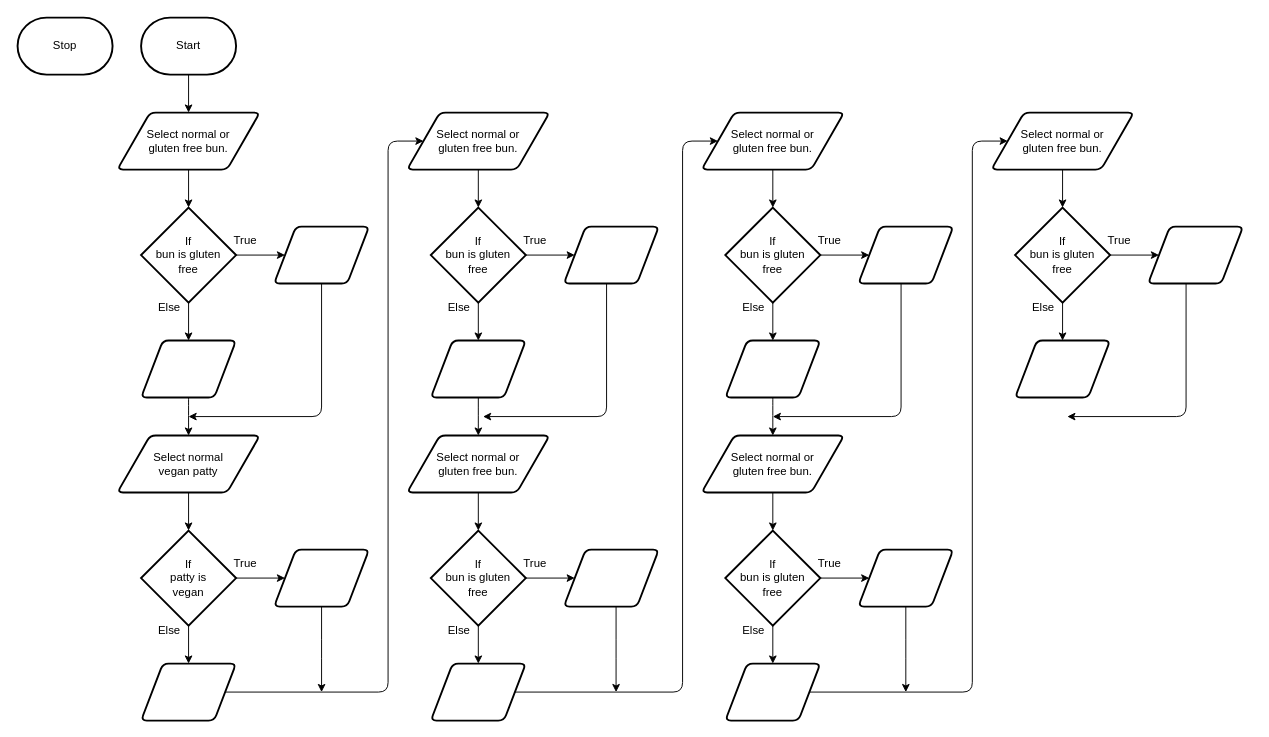
Above: design/flowchart.drawio in MTHS-ICD2O-1-2023/ICD2O-Assignment-04-Adam-Batiuk (draw.io), before the change. Source tidied: cells renumbered, new cells numbered last; positions are measured from the earlier drawing's top-left corner, leaving out a move shared by most shapes. Both pictures are drawn from the tidied source at 95%, with x=0, y=0 at pixel (17, 17).
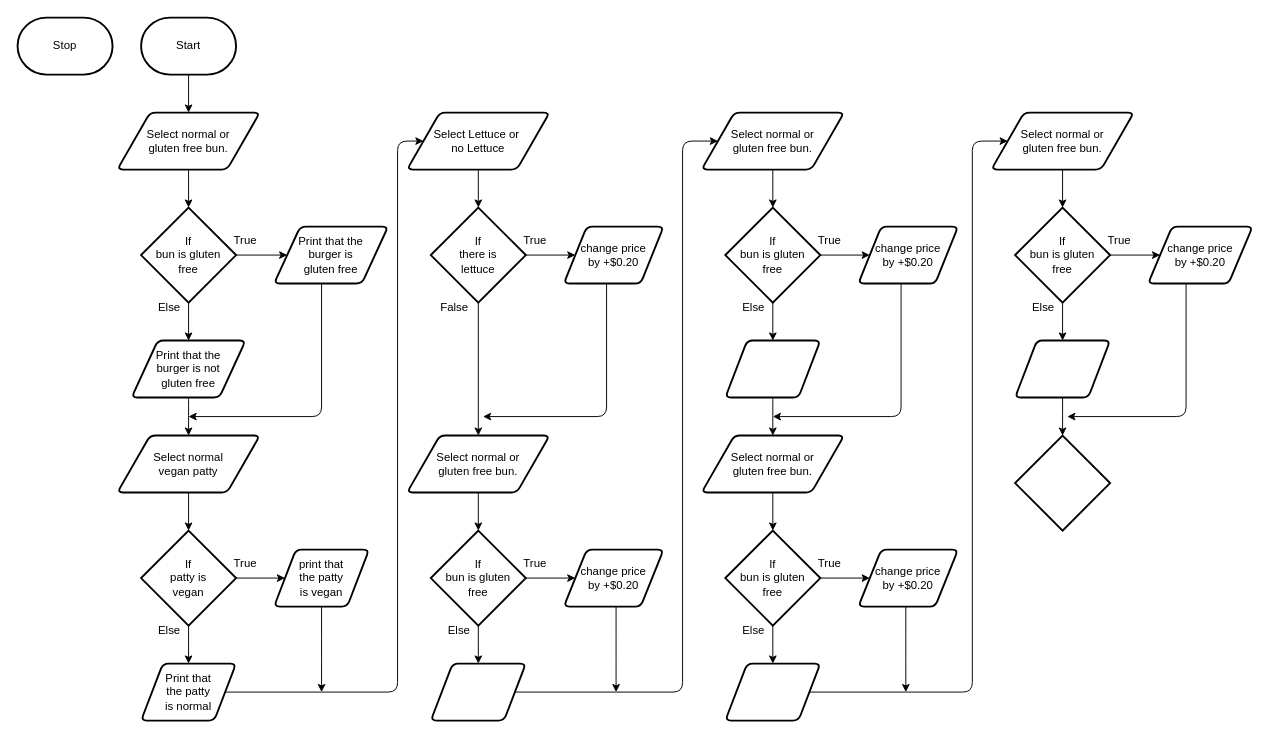
After the change.

The change refers to these unchanged cells:
```xml
<mxCell id="39" value="Select normal or &lt;br&gt;gluten free bun." style="shape=parallelogram;html=1;strokeWidth=2;perimeter=parallelogramPerimeter;whiteSpace=wrap;rounded=1;arcSize=12;size=0.23;" parent="1" vertex="1">
  <mxGeometry x="410" y="440" width="150" height="60" as="geometry" />
</mxCell>
<mxCell id="78" style="shape=parallelogram;html=1;strokeWidth=2;perimeter=parallelogramPerimeter;whiteSpace=wrap;rounded=1;arcSize=12;size=0.23;" parent="1" vertex="1">
  <mxGeometry x="1050" y="340" width="100" height="60" as="geometry" />
</mxCell>
```

The edit, as a diff of the source:
```diff
@@
-    <mxCell id="11" style="shape=parallelogram;html=1;strokeWidth=2;perimeter=parallelogramPerimeter;whiteSpace=wrap;rounded=1;arcSize=12;size=0.23;" parent="1" vertex="1">
-      <mxGeometry x="270" y="220" width="100" height="60" as="geometry" />
+    <mxCell id="11" value="Print that the &lt;br&gt;burger is &lt;br&gt;gluten free" style="shape=parallelogram;html=1;strokeWidth=2;perimeter=parallelogramPerimeter;whiteSpace=wrap;rounded=1;arcSize=12;size=0.23;" parent="1" vertex="1">
+      <mxGeometry x="270" y="220" width="120" height="60" as="geometry" />
     </mxCell>
@@
-    <mxCell id="13" style="shape=parallelogram;html=1;strokeWidth=2;perimeter=parallelogramPerimeter;whiteSpace=wrap;rounded=1;arcSize=12;size=0.23;" parent="1" vertex="1">
-      <mxGeometry x="130" y="340" width="100" height="60" as="geometry" />
+    <mxCell id="13" value="Print that the &lt;br&gt;burger is not &lt;br&gt;gluten free" style="shape=parallelogram;html=1;strokeWidth=2;perimeter=parallelogramPerimeter;whiteSpace=wrap;rounded=1;arcSize=12;size=0.23;" parent="1" vertex="1">
+      <mxGeometry x="120" y="340" width="120" height="60" as="geometry" />
     </mxCell>
@@
-    <mxCell id="22" style="shape=parallelogram;html=1;strokeWidth=2;perimeter=parallelogramPerimeter;whiteSpace=wrap;rounded=1;arcSize=12;size=0.23;" parent="1" vertex="1">
+    <mxCell id="22" value="print that&lt;br&gt;the patty&lt;br&gt;is vegan" style="shape=parallelogram;html=1;strokeWidth=2;perimeter=parallelogramPerimeter;whiteSpace=wrap;rounded=1;arcSize=12;size=0.23;" parent="1" vertex="1">
       <mxGeometry x="270" y="560" width="100" height="60" as="geometry" />
     </mxCell>
     <mxCell id="23" style="edgeStyle=elbowEdgeStyle;html=1;" parent="1" edge="1" source="24" target="28">
       <mxGeometry relative="1" as="geometry">
         <Array as="points">
-          <mxPoint x="390" y="410" />
+          <mxPoint x="400" y="420" />
         </Array>
       </mxGeometry>
     </mxCell>
-    <mxCell id="24" style="shape=parallelogram;html=1;strokeWidth=2;perimeter=parallelogramPerimeter;whiteSpace=wrap;rounded=1;arcSize=12;size=0.23;" parent="1" vertex="1">
+    <mxCell id="24" value="Print that&lt;br&gt;the patty&lt;br&gt;is normal" style="shape=parallelogram;html=1;strokeWidth=2;perimeter=parallelogramPerimeter;whiteSpace=wrap;rounded=1;arcSize=12;size=0.23;" parent="1" vertex="1">
       <mxGeometry x="130" y="680" width="100" height="60" as="geometry" />
     </mxCell>
@@
-    <mxCell id="28" value="Select normal or &lt;br&gt;gluten free bun." style="shape=parallelogram;html=1;strokeWidth=2;perimeter=parallelogramPerimeter;whiteSpace=wrap;rounded=1;arcSize=12;size=0.23;" parent="1" vertex="1">
+    <mxCell id="28" value="Select Lettuce or&amp;nbsp;&lt;br&gt;no Lettuce" style="shape=parallelogram;html=1;strokeWidth=2;perimeter=parallelogramPerimeter;whiteSpace=wrap;rounded=1;arcSize=12;size=0.23;" parent="1" vertex="1">
       <mxGeometry x="410" y="100" width="150" height="60" as="geometry" />
     </mxCell>
@@
-    <mxCell id="30" style="edgeStyle=none;html=1;" parent="1" edge="1" source="31" target="35">
-      <mxGeometry relative="1" as="geometry" />
-    </mxCell>
+    <mxCell id="81" style="edgeStyle=orthogonalEdgeStyle;html=1;" parent="1" edge="1" source="31" target="39">
+      <mxGeometry relative="1" as="geometry" />
+    </mxCell>
-    <mxCell id="31" value="If&lt;br&gt;bun is gluten &lt;br&gt;free" style="strokeWidth=2;html=1;shape=mxgraph.flowchart.decision;whiteSpace=wrap;" parent="1" vertex="1">
+    <mxCell id="31" value="If&lt;br&gt;there is &lt;br&gt;lettuce" style="strokeWidth=2;html=1;shape=mxgraph.flowchart.decision;whiteSpace=wrap;" parent="1" vertex="1">
       <mxGeometry x="435" y="200" width="100" height="100" as="geometry" />
     </mxCell>
@@
-    <mxCell id="33" style="shape=parallelogram;html=1;strokeWidth=2;perimeter=parallelogramPerimeter;whiteSpace=wrap;rounded=1;arcSize=12;size=0.23;" parent="1" vertex="1">
-      <mxGeometry x="575" y="220" width="100" height="60" as="geometry" />
+    <mxCell id="33" value="change price&lt;br&gt;by +$0.20" style="shape=parallelogram;html=1;strokeWidth=2;perimeter=parallelogramPerimeter;whiteSpace=wrap;rounded=1;arcSize=12;size=0.23;" parent="1" vertex="1">
+      <mxGeometry x="575" y="220" width="105" height="60" as="geometry" />
     </mxCell>
-    <mxCell id="34" style="edgeStyle=elbowEdgeStyle;html=1;" parent="1" edge="1" source="35" target="39">
-      <mxGeometry relative="1" as="geometry" />
-    </mxCell>
-    <mxCell id="35" style="shape=parallelogram;html=1;strokeWidth=2;perimeter=parallelogramPerimeter;whiteSpace=wrap;rounded=1;arcSize=12;size=0.23;" parent="1" vertex="1">
-      <mxGeometry x="435" y="340" width="100" height="60" as="geometry" />
-    </mxCell>
@@
-    <mxCell id="37" value="Else" style="text;html=1;strokeColor=none;fillColor=none;align=center;verticalAlign=middle;whiteSpace=wrap;rounded=0;" parent="1" vertex="1">
-      <mxGeometry x="435" y="290" width="60" height="30" as="geometry" />
+    <mxCell id="37" value="False" style="text;html=1;strokeColor=none;fillColor=none;align=center;verticalAlign=middle;whiteSpace=wrap;rounded=0;" parent="1" vertex="1">
+      <mxGeometry x="430" y="290" width="60" height="30" as="geometry" />
     </mxCell>
@@
-    <mxCell id="44" style="shape=parallelogram;html=1;strokeWidth=2;perimeter=parallelogramPerimeter;whiteSpace=wrap;rounded=1;arcSize=12;size=0.23;" parent="1" vertex="1">
-      <mxGeometry x="575" y="560" width="100" height="60" as="geometry" />
+    <mxCell id="44" value="change price&lt;br&gt;by +$0.20" style="shape=parallelogram;html=1;strokeWidth=2;perimeter=parallelogramPerimeter;whiteSpace=wrap;rounded=1;arcSize=12;size=0.23;" parent="1" vertex="1">
+      <mxGeometry x="575" y="560" width="105" height="60" as="geometry" />
     </mxCell>
@@
-    <mxCell id="55" style="shape=parallelogram;html=1;strokeWidth=2;perimeter=parallelogramPerimeter;whiteSpace=wrap;rounded=1;arcSize=12;size=0.23;" parent="1" vertex="1">
-      <mxGeometry x="885" y="220" width="100" height="60" as="geometry" />
+    <mxCell id="55" value="change price&lt;br&gt;by +$0.20" style="shape=parallelogram;html=1;strokeWidth=2;perimeter=parallelogramPerimeter;whiteSpace=wrap;rounded=1;arcSize=12;size=0.23;" parent="1" vertex="1">
+      <mxGeometry x="885" y="220" width="105" height="60" as="geometry" />
     </mxCell>
@@
-    <mxCell id="66" style="shape=parallelogram;html=1;strokeWidth=2;perimeter=parallelogramPerimeter;whiteSpace=wrap;rounded=1;arcSize=12;size=0.23;" parent="1" vertex="1">
-      <mxGeometry x="885" y="560" width="100" height="60" as="geometry" />
+    <mxCell id="66" value="change price&lt;br&gt;by +$0.20" style="shape=parallelogram;html=1;strokeWidth=2;perimeter=parallelogramPerimeter;whiteSpace=wrap;rounded=1;arcSize=12;size=0.23;" parent="1" vertex="1">
+      <mxGeometry x="885" y="560" width="105" height="60" as="geometry" />
     </mxCell>
@@
-    <mxCell id="77" style="shape=parallelogram;html=1;strokeWidth=2;perimeter=parallelogramPerimeter;whiteSpace=wrap;rounded=1;arcSize=12;size=0.23;" parent="1" vertex="1">
-      <mxGeometry x="1190" y="220" width="100" height="60" as="geometry" />
+    <mxCell id="77" value="change price&lt;br&gt;by +$0.20" style="shape=parallelogram;html=1;strokeWidth=2;perimeter=parallelogramPerimeter;whiteSpace=wrap;rounded=1;arcSize=12;size=0.23;" parent="1" vertex="1">
+      <mxGeometry x="1190" y="220" width="110" height="60" as="geometry" />
     </mxCell>
+    <mxCell id="82" style="edgeStyle=elbowEdgeStyle;html=1;" parent="1" edge="1" source="78" target="83">
+      <mxGeometry relative="1" as="geometry" />
+    </mxCell>
@@
+    <mxCell id="83" style="strokeWidth=2;html=1;shape=mxgraph.flowchart.decision;whiteSpace=wrap;" parent="1" vertex="1">
+      <mxGeometry x="1050" y="440" width="100" height="100" as="geometry" />
+    </mxCell>
```
